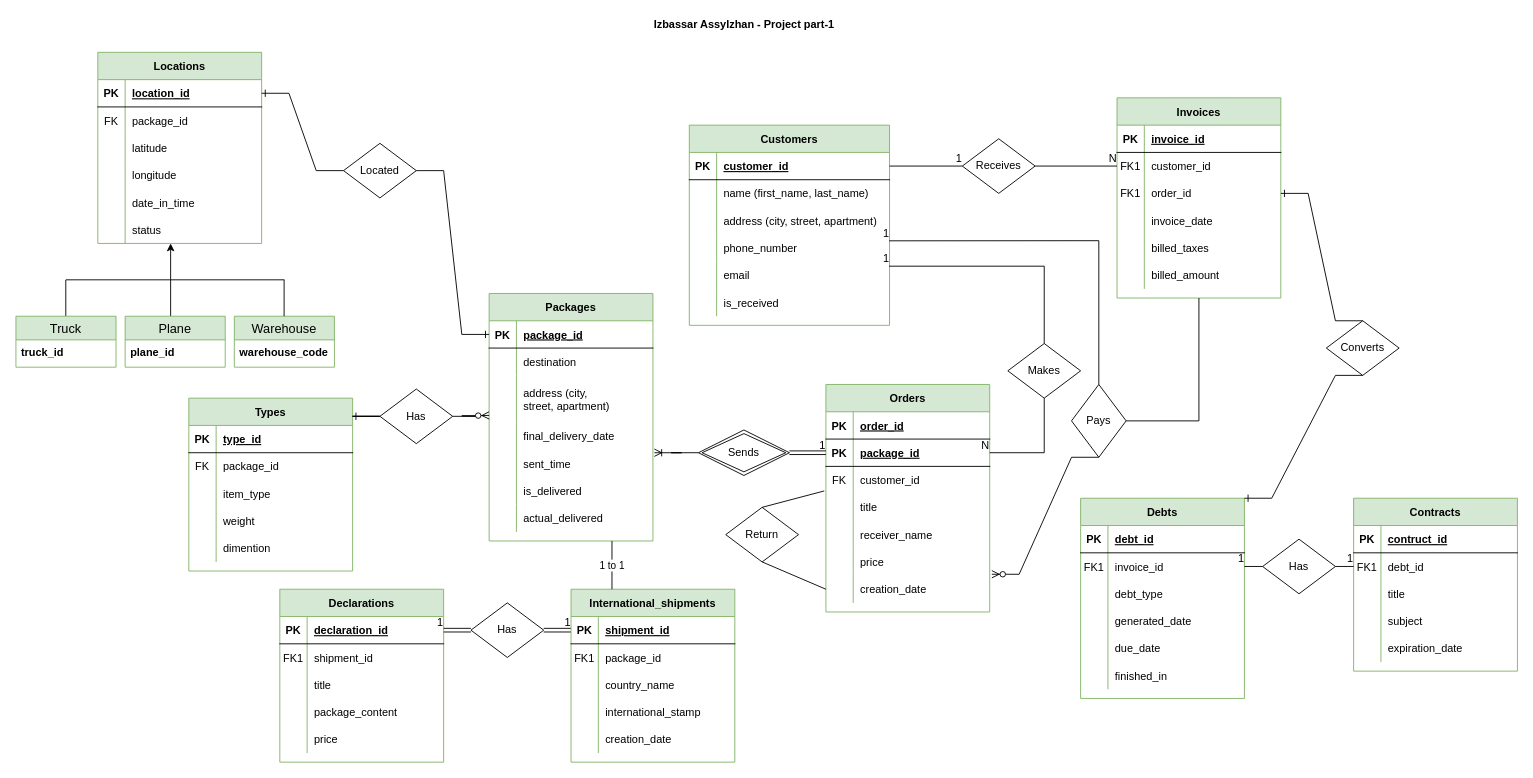
Above: Project/project_part1.drawio in Assylzhan-Izbassar/Databases (draw.io), before the change. Source tidied: cells renumbered, new cells numbered last; positions are measured from the earlier drawing's top-left corner, leaving out a move shared by most shapes. Both pictures are drawn from the tidied source at 91%, with x=0, y=0 at pixel (15, 15).
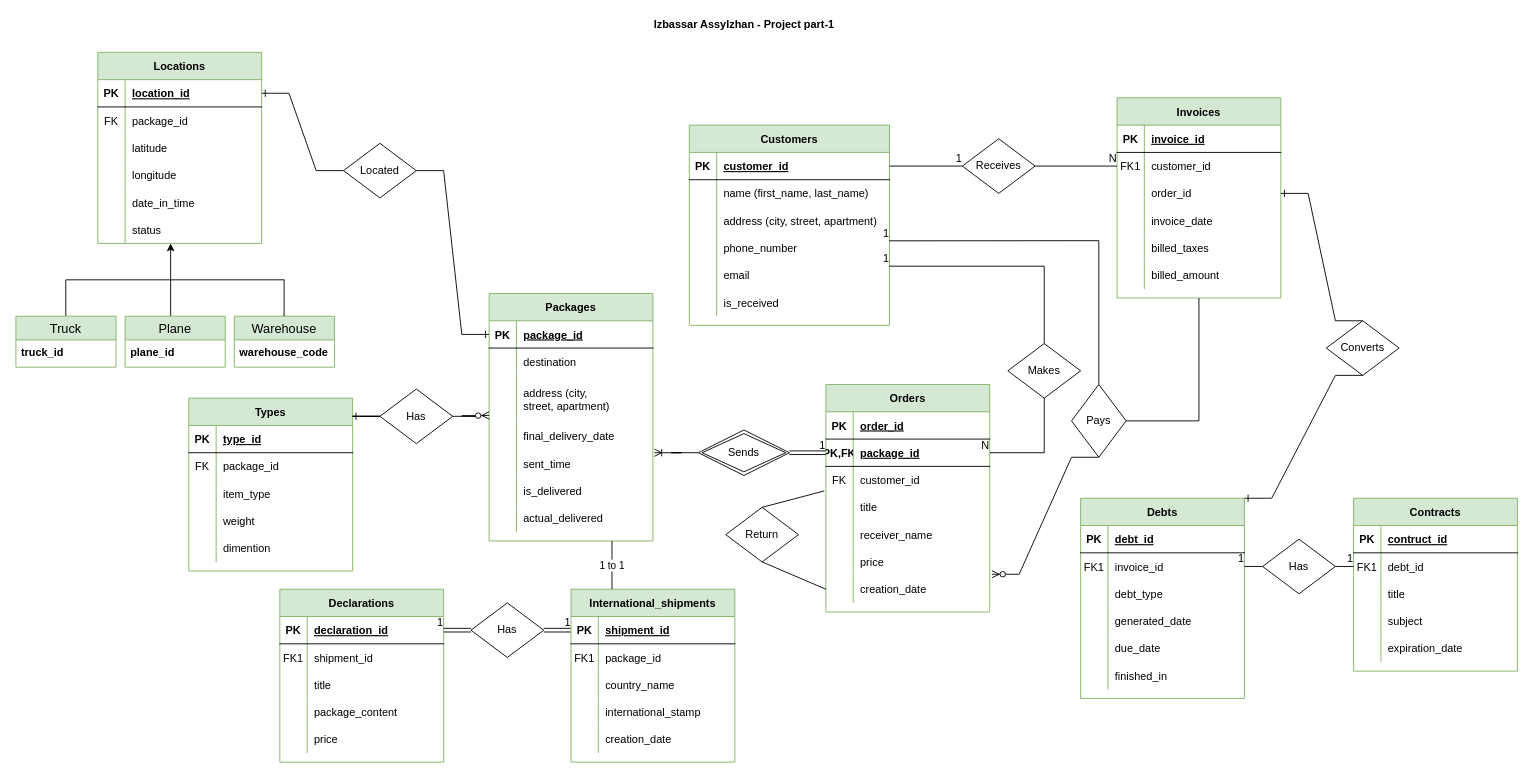
Above is the later version.

Unchanged cells that the change refers to:
```xml
<mxCell id="6" style="shape=partialRectangle;fillColor=none;points=[[0,0.5],[1,0.5]];portConstraint=eastwest;top=0;left=0;right=0;bottom=1;" parent="2" vertex="1">
  <mxGeometry y="60" width="180" height="30" as="geometry" />
</mxCell>
<mxCell id="89" style="shape=partialRectangle;fillColor=none;top=0;left=0;bottom=0;right=0;points=[[0,0.5],[1,0.5]];portConstraint=eastwest;" parent="82" vertex="1">
  <mxGeometry y="90" width="180" height="30" as="geometry" />
</mxCell>
```

The edit, as a diff of the source:
```diff
@@
-    <mxCell id="7" value="PK" style="shape=partialRectangle;overflow=hidden;fillColor=none;top=0;left=0;bottom=0;right=0;fontStyle=1;" parent="6" vertex="1">
+    <mxCell id="7" value="PK,FK" style="shape=partialRectangle;overflow=hidden;fillColor=none;top=0;left=0;bottom=0;right=0;fontStyle=1;" parent="6" vertex="1">
       <mxGeometry width="30" height="30" as="geometry" />
     </mxCell>
@@
-    <mxCell id="90" value="FK1" style="shape=partialRectangle;fillColor=none;top=0;left=0;bottom=0;right=0;overflow=hidden;" parent="89" vertex="1">
+    <mxCell id="90" style="shape=partialRectangle;fillColor=none;top=0;left=0;bottom=0;right=0;overflow=hidden;" parent="89" vertex="1">
       <mxGeometry width="30" height="30" as="geometry" />
     </mxCell>
```
